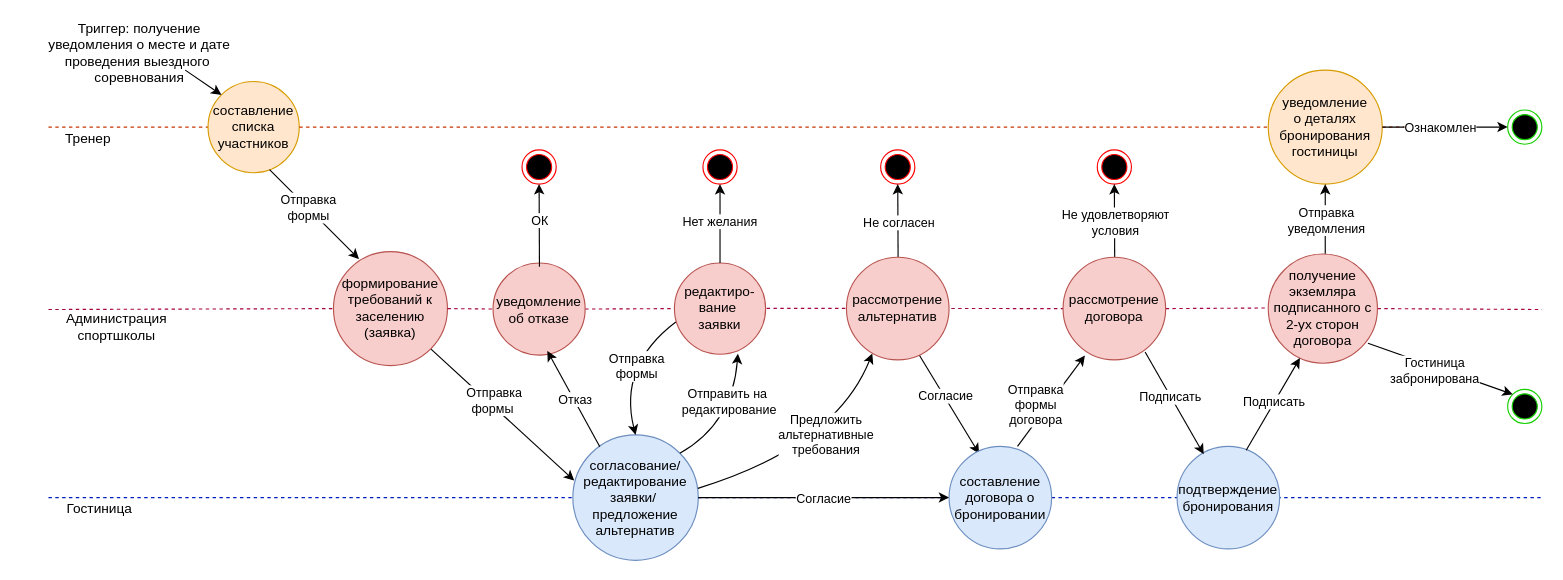
The draw.io diagram GraphForms.drawio in uliapluzh/Designing-web, before the edit. Source tidied: cells renumbered, new cells numbered last; positions are measured from the earlier drawing's top-left corner, leaving out a move shared by most shapes. Both pictures are drawn from the tidied source at 114%, with x=0, y=0 at pixel (19, 35).
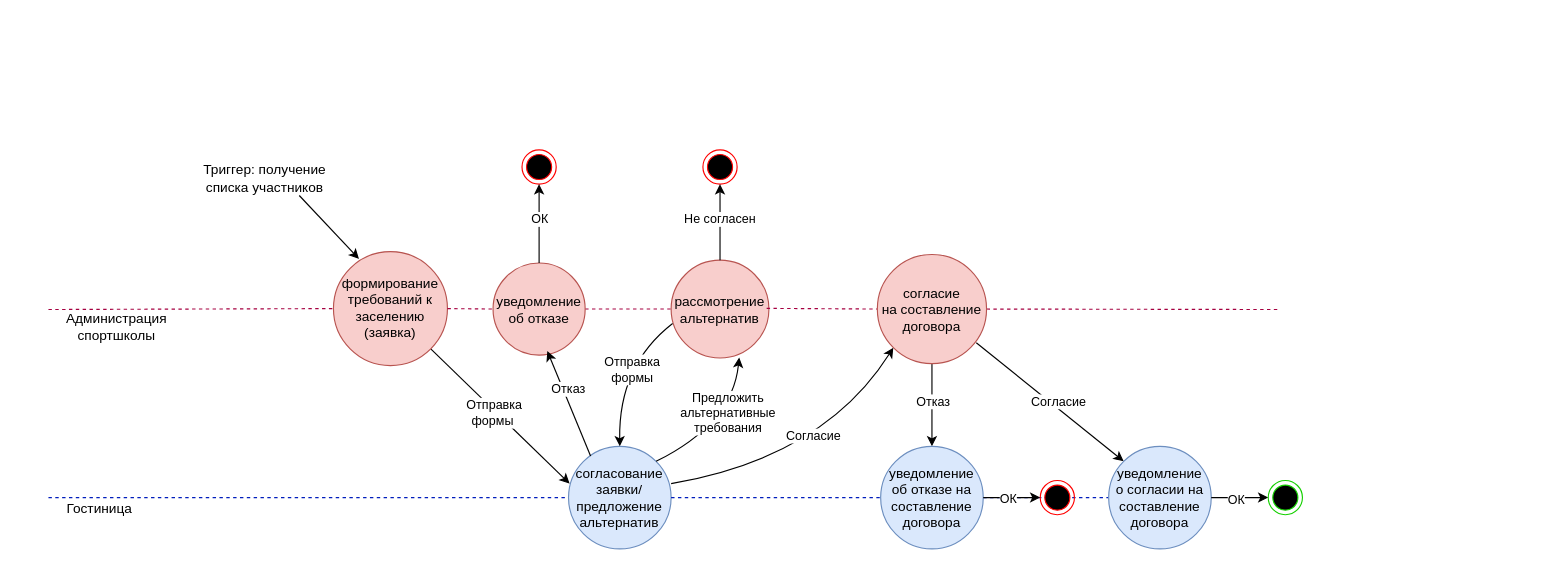
The same diagram, later.

Commit message:
Graph forms fixed

The change refers to these unchanged cells:
```xml
<mxCell id="14" style="endArrow=classic;html=1;rounded=0;exitX=1;exitY=1;exitDx=0;exitDy=0;entryX=0.011;entryY=0.364;entryDx=0;entryDy=0;entryPerimeter=0;" parent="1" edge="1" source="19" target="21">
  <mxGeometry relative="1" as="geometry" />
</mxCell>
<mxCell id="19" value="формирование&lt;div&gt;требований к&lt;/div&gt;&lt;div&gt;заселению (заявка)&lt;/div&gt;" style="ellipse;whiteSpace=wrap;html=1;fillColor=#f8cecc;strokeColor=#b85450;" parent="1" vertex="1">
  <mxGeometry x="275" y="189.2" width="100" height="100" as="geometry" />
</mxCell>
<mxCell id="22" style="endArrow=classic;html=1;rounded=0;entryX=0.696;entryY=0.995;entryDx=0;entryDy=0;exitX=1;exitY=0;exitDx=0;exitDy=0;curved=1;entryPerimeter=0;" parent="1" edge="1" source="21" target="17">
  <mxGeometry relative="1" as="geometry">
    <Array as="points">
      <mxPoint x="625" y="340" />
    </Array>
  </mxGeometry>
</mxCell>
<mxCell id="25" style="endArrow=classic;html=1;rounded=0;entryX=0.5;entryY=1;entryDx=0;entryDy=0;exitX=0.5;exitY=0;exitDx=0;exitDy=0;" parent="1" edge="1" source="17" target="24">
  <mxGeometry relative="1" as="geometry" />
</mxCell>
<mxCell id="30" value="уведомление&lt;div&gt;об отказе&lt;/div&gt;" style="ellipse;whiteSpace=wrap;html=1;fillColor=#f8cecc;strokeColor=#b85450;" parent="1" vertex="1">
  <mxGeometry x="415" y="199.2" width="80.8" height="80.8" as="geometry" />
</mxCell>
<mxCell id="31" style="endArrow=classic;html=1;rounded=0;exitX=0.215;exitY=0.095;exitDx=0;exitDy=0;entryX=0.589;entryY=0.955;entryDx=0;entryDy=0;entryPerimeter=0;exitPerimeter=0;" parent="1" edge="1" source="21" target="30">
  <mxGeometry relative="1" as="geometry" />
</mxCell>
<mxCell id="33" style="ellipse;html=1;shape=endState;fillColor=#000000;strokeColor=#ff0000;" parent="1" vertex="1">
  <mxGeometry x="440.4" y="100" width="30" height="30" as="geometry" />
</mxCell>
```

Change to the diagram source:
```diff
@@
-    <mxCell id="2" style="endArrow=none;dashed=1;html=1;rounded=0;fillColor=#fa6800;strokeColor=#C73500;" parent="1" edge="1" source="65">
-      <mxGeometry relative="1" as="geometry">
-        <mxPoint x="1235" y="79.7" as="targetPoint" />
-      </mxGeometry>
-    </mxCell>
-    <mxCell id="3" style="endArrow=none;dashed=1;html=1;rounded=0;fillColor=#d80073;strokeColor=#A50040;" parent="1" edge="1" source="55">
-      <mxGeometry relative="1" as="geometry">
-        <mxPoint x="1335" y="240" as="targetPoint" />
-      </mxGeometry>
-    </mxCell>
-    <mxCell id="4" style="endArrow=none;dashed=1;html=1;rounded=0;fillColor=#0050ef;strokeColor=#001DBC;" parent="1" edge="1" source="44">
-      <mxGeometry relative="1" as="geometry">
-        <mxPoint x="1335" y="405" as="targetPoint" />
-      </mxGeometry>
-    </mxCell>
-    <mxCell id="5" value="Тренер" style="text;html=1;align=center;verticalAlign=middle;whiteSpace=wrap;rounded=0;" parent="1" vertex="1">
-      <mxGeometry x="35" y="80" width="50" height="20" as="geometry" />
-    </mxCell>
@@
-    <mxCell id="8" style="endArrow=none;dashed=1;html=1;rounded=0;fillColor=#fa6800;strokeColor=#C73500;" parent="1" edge="1" target="9">
-      <mxGeometry relative="1" as="geometry">
-        <mxPoint x="25" y="80" as="sourcePoint" />
-      </mxGeometry>
-    </mxCell>
-    <mxCell id="9" value="составление списка участников" style="ellipse;whiteSpace=wrap;html=1;fillColor=#ffe6cc;strokeColor=#d79b00;" parent="1" vertex="1">
-      <mxGeometry x="165" y="40" width="80" height="80" as="geometry" />
-    </mxCell>
-    <mxCell id="10" style="endArrow=classic;html=1;rounded=0;entryX=0;entryY=0;entryDx=0;entryDy=0;" parent="1" edge="1" target="9">
-      <mxGeometry relative="1" as="geometry">
-        <mxPoint x="145" y="30" as="sourcePoint" />
-      </mxGeometry>
-    </mxCell>
-    <mxCell id="11" value="Триггер: получение&lt;div&gt;уведомления о месте и дате&lt;/div&gt;&lt;div&gt;проведения выездного&amp;nbsp;&lt;/div&gt;&lt;div&gt;соревнования&lt;/div&gt;" style="text;html=1;align=center;verticalAlign=middle;whiteSpace=wrap;rounded=0;" parent="1" vertex="1">
-      <mxGeometry width="210" height="30" as="geometry" />
+    <mxCell id="11" value="Триггер: получение&lt;div&gt;списка участников&lt;/div&gt;" style="text;html=1;align=center;verticalAlign=middle;whiteSpace=wrap;rounded=0;" parent="1" vertex="1">
+      <mxGeometry x="155" y="110" width="120" height="30" as="geometry" />
     </mxCell>
-    <mxCell id="12" style="endArrow=classic;html=1;rounded=0;entryX=0.224;entryY=0.065;entryDx=0;entryDy=0;entryPerimeter=0;exitX=0.674;exitY=0.966;exitDx=0;exitDy=0;exitPerimeter=0;" parent="1" edge="1" source="9" target="19">
-      <mxGeometry relative="1" as="geometry" />
+    <mxCell id="12" style="endArrow=classic;html=1;rounded=0;entryX=0.224;entryY=0.065;entryDx=0;entryDy=0;entryPerimeter=0;" parent="1" edge="1" target="19">
+      <mxGeometry relative="1" as="geometry">
+        <mxPoint x="245" y="140" as="sourcePoint" />
+      </mxGeometry>
     </mxCell>
-    <mxCell id="13" value="Отправка&lt;div&gt;формы&lt;/div&gt;" style="edgeLabel;html=1;align=center;verticalAlign=middle;" parent="12" vertex="1">
-      <mxGeometry x="-0.15" relative="1" as="geometry" />
-    </mxCell>
@@
     <mxCell id="15" value="Отправка&lt;div&gt;формы&amp;nbsp;&lt;/div&gt;" style="edgeLabel;html=1;align=center;verticalAlign=middle;" parent="14" vertex="1">
       <mxGeometry x="-0.11" relative="1" as="geometry">
-        <mxPoint x="-1" y="-6" as="offset" />
+        <mxPoint x="1" y="3" as="offset" />
       </mxGeometry>
     </mxCell>
@@
-    <mxCell id="17" value="редактиро-&lt;div&gt;вание&amp;nbsp;&lt;/div&gt;&lt;div&gt;заявки&lt;/div&gt;" style="ellipse;whiteSpace=wrap;html=1;fillColor=#f8cecc;strokeColor=#b85450;" parent="1" vertex="1">
-      <mxGeometry x="574.1" y="199.2" width="80" height="80" as="geometry" />
+    <mxCell id="17" value="рассмотрение&lt;div&gt;альтернатив&lt;/div&gt;" style="ellipse;whiteSpace=wrap;html=1;fillColor=#f8cecc;strokeColor=#b85450;" parent="1" vertex="1">
+      <mxGeometry x="571.2" y="196.7" width="85.8" height="85.8" as="geometry" />
     </mxCell>
@@
-    <mxCell id="21" value="согласование/редактирование&lt;div&gt;заявки/&amp;nbsp;&lt;/div&gt;&lt;div&gt;предложение&lt;/div&gt;&lt;div&gt;альтернатив&lt;/div&gt;" style="ellipse;whiteSpace=wrap;html=1;fillColor=#dae8fc;strokeColor=#6c8ebf;" parent="1" vertex="1">
-      <mxGeometry x="485" y="350" width="110" height="110" as="geometry" />
+    <mxCell id="21" value="согласование заявки/&lt;div&gt;предложение&lt;/div&gt;&lt;div&gt;альтернатив&lt;/div&gt;" style="ellipse;whiteSpace=wrap;html=1;fillColor=#dae8fc;strokeColor=#6c8ebf;" parent="1" vertex="1">
+      <mxGeometry x="481.2" y="360" width="90" height="90" as="geometry" />
     </mxCell>
@@
-    <mxCell id="23" value="Отправить на&amp;nbsp;&lt;div&gt;&lt;span style=&quot;background-color: light-dark(#ffffff, var(--ge-dark-color, #121212)); color: light-dark(rgb(0, 0, 0), rgb(255, 255, 255));&quot;&gt;редактирование&lt;/span&gt;&lt;/div&gt;" style="edgeLabel;html=1;align=center;verticalAlign=middle;" parent="22" vertex="1">
+    <mxCell id="23" value="Предложить&lt;div&gt;альтернативные&lt;/div&gt;&lt;div&gt;требования&lt;/div&gt;" style="edgeLabel;html=1;align=center;verticalAlign=middle;" parent="22" vertex="1">
       <mxGeometry x="0.11" y="1" relative="1" as="geometry">
         <mxPoint x="-3" y="-9" as="offset" />
       </mxGeometry>
     </mxCell>
@@
-    <mxCell id="26" value="Нет желания" style="edgeLabel;html=1;align=center;verticalAlign=middle;" parent="25" vertex="1">
+    <mxCell id="26" value="Не согласен" style="edgeLabel;html=1;align=center;verticalAlign=middle;" parent="25" vertex="1">
       <mxGeometry x="0.08" y="1" relative="1" as="geometry" />
     </mxCell>
@@
     <mxCell id="32" value="Отказ" style="edgeLabel;html=1;align=center;verticalAlign=middle;" parent="31" vertex="1">
-      <mxGeometry x="-0.02" y="-1" relative="1" as="geometry" />
+      <mxGeometry x="-0.02" y="-1" relative="1" as="geometry">
+        <mxPoint x="-2" y="-13" as="offset" />
+      </mxGeometry>
     </mxCell>
@@
-    <mxCell id="34" style="endArrow=classic;html=1;rounded=0;entryX=0.5;entryY=1;entryDx=0;entryDy=0;exitX=0.5;exitY=0;exitDx=0;exitDy=0;" parent="1" edge="1" target="33">
-      <mxGeometry relative="1" as="geometry">
-        <mxPoint x="455.7" y="202.5" as="sourcePoint" />
-      </mxGeometry>
+    <mxCell id="34" style="endArrow=classic;html=1;rounded=0;entryX=0.5;entryY=1;entryDx=0;entryDy=0;exitX=0.5;exitY=0;exitDx=0;exitDy=0;" parent="1" edge="1" source="30" target="33">
+      <mxGeometry relative="1" as="geometry" />
     </mxCell>
@@
-    <mxCell id="36" style="endArrow=classic;html=1;rounded=0;exitX=0.997;exitY=0.426;exitDx=0;exitDy=0;exitPerimeter=0;entryX=0.252;entryY=0.938;entryDx=0;entryDy=0;entryPerimeter=0;curved=1;" parent="1" edge="1" source="21" target="60">
-      <mxGeometry relative="1" as="geometry">
-        <Array as="points">
-          <mxPoint x="715" y="360" />
-        </Array>
-      </mxGeometry>
-    </mxCell>
-    <mxCell id="37" value="Предложить&lt;div&gt;альтернативные&lt;/div&gt;&lt;div&gt;требования&lt;/div&gt;" style="edgeLabel;html=1;align=center;verticalAlign=middle;" parent="36" vertex="1">
-      <mxGeometry x="-0.02" y="13" relative="1" as="geometry">
-        <mxPoint x="15" y="-4" as="offset" />
-      </mxGeometry>
-    </mxCell>
-    <mxCell id="38" style="ellipse;html=1;shape=endState;fillColor=#000000;strokeColor=#ff0000;" parent="1" vertex="1">
-      <mxGeometry x="755" y="100" width="30" height="30" as="geometry" />
-    </mxCell>
-    <mxCell id="39" style="endArrow=classic;html=1;rounded=0;entryX=0.5;entryY=1;entryDx=0;entryDy=0;exitX=0.5;exitY=0;exitDx=0;exitDy=0;" parent="1" edge="1" target="38">
-      <mxGeometry relative="1" as="geometry">
-        <mxPoint x="770.3" y="194.2" as="sourcePoint" />
-      </mxGeometry>
-    </mxCell>
-    <mxCell id="40" value="Не согласен" style="edgeLabel;html=1;align=center;verticalAlign=middle;" parent="39" vertex="1">
-      <mxGeometry x="-0.04" relative="1" as="geometry" />
-    </mxCell>
-    <mxCell id="41" style="endArrow=classic;html=1;rounded=0;exitX=0.702;exitY=0.94;exitDx=0;exitDy=0;exitPerimeter=0;entryX=0.293;entryY=0.072;entryDx=0;entryDy=0;entryPerimeter=0;" parent="1" edge="1" source="60" target="44">
-      <mxGeometry relative="1" as="geometry" />
-    </mxCell>
-    <mxCell id="42" value="Согласие" style="edgeLabel;html=1;align=center;verticalAlign=middle;" parent="41" vertex="1">
-      <mxGeometry x="-0.14" y="1" relative="1" as="geometry" />
-    </mxCell>
-    <mxCell id="43" style="endArrow=none;dashed=1;html=1;rounded=0;fillColor=#0050ef;strokeColor=#001DBC;" parent="1" edge="1" source="21" target="44">
-      <mxGeometry relative="1" as="geometry" />
-    </mxCell>
-    <mxCell id="44" value="составление&lt;div&gt;договора о&lt;/div&gt;&lt;div&gt;бронировании&lt;/div&gt;" style="ellipse;whiteSpace=wrap;html=1;fillColor=#dae8fc;strokeColor=#6c8ebf;" parent="1" vertex="1">
-      <mxGeometry x="815" y="360" width="90" height="90" as="geometry" />
-    </mxCell>
     <mxCell id="45" style="endArrow=none;dashed=1;html=1;rounded=0;fillColor=#d80073;strokeColor=#A50040;" parent="1" edge="1" source="59">
       <mxGeometry relative="1" as="geometry">
-        <mxPoint x="955.9" y="238.7" as="targetPoint" />
+        <mxPoint x="805.9" y="238.7" as="targetPoint" />
       </mxGeometry>
     </mxCell>
-    <mxCell id="46" style="endArrow=classic;html=1;rounded=0;exitX=0.667;exitY=0;exitDx=0;exitDy=0;exitPerimeter=0;entryX=0.213;entryY=0.958;entryDx=0;entryDy=0;entryPerimeter=0;" parent="1" edge="1" source="44" target="59">
-      <mxGeometry relative="1" as="geometry" />
+    <mxCell id="46" style="endArrow=classic;html=1;rounded=0;exitX=1;exitY=0.364;exitDx=0;exitDy=0;exitPerimeter=0;entryX=0;entryY=1;entryDx=0;entryDy=0;curved=1;" parent="1" edge="1" source="21" target="59">
+      <mxGeometry relative="1" as="geometry">
+        <Array as="points">
+          <mxPoint x="705" y="370" />
+        </Array>
+      </mxGeometry>
     </mxCell>
-    <mxCell id="47" value="Отправка&lt;div&gt;формы&lt;/div&gt;&lt;div&gt;договора&lt;/div&gt;" style="edgeLabel;html=1;align=center;verticalAlign=middle;" parent="46" vertex="1">
-      <mxGeometry x="-0.1" relative="1" as="geometry">
-        <mxPoint x="-11" as="offset" />
-      </mxGeometry>
-    </mxCell>
-    <mxCell id="48" style="ellipse;html=1;shape=endState;fillColor=#000000;strokeColor=#ff0000;" parent="1" vertex="1">
-      <mxGeometry x="945" y="100" width="30" height="30" as="geometry" />
-    </mxCell>
+    <mxCell id="73" value="Согласие" style="edgeLabel;html=1;align=center;verticalAlign=middle;" parent="46" vertex="1">
+      <mxGeometry x="0.11" y="17" relative="1" as="geometry">
+        <mxPoint x="3" y="-8" as="offset" />
+      </mxGeometry>
+    </mxCell>
-    <mxCell id="49" style="endArrow=classic;html=1;rounded=0;entryX=0.5;entryY=1;entryDx=0;entryDy=0;exitX=0.5;exitY=0;exitDx=0;exitDy=0;" parent="1" edge="1" target="48">
-      <mxGeometry relative="1" as="geometry">
-        <mxPoint x="960.3" y="194.2" as="sourcePoint" />
-      </mxGeometry>
+    <mxCell id="49" style="endArrow=classic;html=1;rounded=0;entryX=0.5;entryY=0;entryDx=0;entryDy=0;exitX=0.5;exitY=1;exitDx=0;exitDy=0;" parent="1" edge="1" source="59" target="81">
+      <mxGeometry relative="1" as="geometry" />
     </mxCell>
-    <mxCell id="50" value="Не удовлетворяют&lt;div&gt;условия&lt;/div&gt;" style="edgeLabel;html=1;align=center;verticalAlign=middle;" parent="49" vertex="1">
-      <mxGeometry x="-0.04" relative="1" as="geometry" />
+    <mxCell id="50" value="Отказ" style="edgeLabel;html=1;align=center;verticalAlign=middle;" parent="49" vertex="1">
+      <mxGeometry x="-0.04" relative="1" as="geometry">
+        <mxPoint y="-2" as="offset" />
+      </mxGeometry>
     </mxCell>
-    <mxCell id="51" value="подтверждение&lt;div&gt;бронирования&lt;/div&gt;" style="ellipse;whiteSpace=wrap;html=1;fillColor=#dae8fc;strokeColor=#6c8ebf;" parent="1" vertex="1">
-      <mxGeometry x="1015" y="360" width="90" height="90" as="geometry" />
-    </mxCell>
-    <mxCell id="52" style="endArrow=classic;html=1;rounded=0;exitX=0.8;exitY=0.923;exitDx=0;exitDy=0;exitPerimeter=0;entryX=0.26;entryY=0.077;entryDx=0;entryDy=0;entryPerimeter=0;" parent="1" edge="1" source="59" target="51">
-      <mxGeometry relative="1" as="geometry" />
-    </mxCell>
-    <mxCell id="53" value="Подписать" style="edgeLabel;html=1;align=center;verticalAlign=middle;" parent="52" vertex="1">
-      <mxGeometry x="-0.12" y="-1" relative="1" as="geometry" />
-    </mxCell>
-    <mxCell id="54" style="endArrow=none;dashed=1;html=1;rounded=0;fillColor=#d80073;strokeColor=#A50040;" parent="1" edge="1" source="59" target="55">
-      <mxGeometry relative="1" as="geometry" />
+    <mxCell id="54" style="endArrow=none;dashed=1;html=1;rounded=0;fillColor=#d80073;strokeColor=#A50040;" parent="1" edge="1" source="59">
+      <mxGeometry relative="1" as="geometry">
+        <mxPoint x="1105" y="240" as="targetPoint" />
+      </mxGeometry>
     </mxCell>
-    <mxCell id="55" value="получение&lt;div&gt;экземляра подписанного с 2-ух сторон договора&lt;/div&gt;" style="ellipse;whiteSpace=wrap;html=1;fillColor=#f8cecc;strokeColor=#b85450;" parent="1" vertex="1">
-      <mxGeometry x="1095" y="191.3" width="95.8" height="95.8" as="geometry" />
-    </mxCell>
-    <mxCell id="56" style="endArrow=classic;html=1;rounded=0;exitX=0.674;exitY=0.039;exitDx=0;exitDy=0;exitPerimeter=0;entryX=0.29;entryY=0.953;entryDx=0;entryDy=0;entryPerimeter=0;" parent="1" edge="1" source="51" target="55">
-      <mxGeometry relative="1" as="geometry" />
-    </mxCell>
-    <mxCell id="57" value="Подписать" style="edgeLabel;html=1;align=center;verticalAlign=middle;" parent="56" vertex="1">
-      <mxGeometry x="0.05" y="1" relative="1" as="geometry" />
-    </mxCell>
@@
-    <mxCell id="59" value="рассмотрение&lt;div&gt;договора&lt;/div&gt;" style="ellipse;whiteSpace=wrap;html=1;fillColor=#f8cecc;strokeColor=#b85450;" parent="1" vertex="1">
-      <mxGeometry x="915" y="194.2" width="90" height="90" as="geometry" />
+    <mxCell id="59" value="согласие&lt;div&gt;на составление&lt;/div&gt;&lt;div&gt;договора&lt;/div&gt;" style="ellipse;whiteSpace=wrap;html=1;fillColor=#f8cecc;strokeColor=#b85450;" parent="1" vertex="1">
+      <mxGeometry x="752.1" y="191.7" width="95.8" height="95.8" as="geometry" />
     </mxCell>
-    <mxCell id="60" value="рассмотрение&lt;div&gt;альтернатив&lt;/div&gt;" style="ellipse;whiteSpace=wrap;html=1;fillColor=#f8cecc;strokeColor=#b85450;" parent="1" vertex="1">
-      <mxGeometry x="725" y="194.2" width="90" height="90" as="geometry" />
-    </mxCell>
+    <mxCell id="74" style="endArrow=classic;html=1;rounded=0;entryX=0;entryY=0;entryDx=0;entryDy=0;exitX=0.906;exitY=0.808;exitDx=0;exitDy=0;exitPerimeter=0;" parent="1" edge="1" source="59" target="77">
+      <mxGeometry relative="1" as="geometry" />
+    </mxCell>
+    <mxCell id="75" value="Согласие" style="edgeLabel;html=1;align=center;verticalAlign=middle;" parent="74" vertex="1">
+      <mxGeometry x="-0.1" relative="1" as="geometry">
+        <mxPoint x="13" y="4" as="offset" />
+      </mxGeometry>
+    </mxCell>
+    <mxCell id="76" style="endArrow=none;dashed=1;html=1;rounded=0;fillColor=#0050ef;strokeColor=#001DBC;exitX=1;exitY=0.5;exitDx=0;exitDy=0;" parent="1" edge="1" source="81" target="77">
+      <mxGeometry relative="1" as="geometry">
+        <Array as="points">
+          <mxPoint x="915" y="405" />
+          <mxPoint x="925" y="405" />
+        </Array>
+      </mxGeometry>
+    </mxCell>
+    <mxCell id="77" value="уведомление&lt;div&gt;о согласии на&lt;/div&gt;&lt;div&gt;составление&lt;/div&gt;&lt;div&gt;договора&lt;/div&gt;" style="ellipse;whiteSpace=wrap;html=1;fillColor=#dae8fc;strokeColor=#6c8ebf;" parent="1" vertex="1">
+      <mxGeometry x="955" y="360" width="90" height="90" as="geometry" />
+    </mxCell>
+    <mxCell id="78" style="endArrow=classic;html=1;rounded=0;exitX=1;exitY=0.5;exitDx=0;exitDy=0;entryX=0;entryY=0.5;entryDx=0;entryDy=0;" parent="1" edge="1" source="77" target="61">
+      <mxGeometry relative="1" as="geometry" />
+    </mxCell>
+    <mxCell id="79" value="ОК" style="edgeLabel;html=1;align=center;verticalAlign=middle;" parent="78" vertex="1">
+      <mxGeometry x="-0.18" y="-1" relative="1" as="geometry" />
+    </mxCell>
+    <mxCell id="80" style="endArrow=none;dashed=1;html=1;rounded=0;fillColor=#0050ef;strokeColor=#001DBC;exitX=1;exitY=0.5;exitDx=0;exitDy=0;" parent="1" edge="1" source="21" target="81">
+      <mxGeometry relative="1" as="geometry" />
+    </mxCell>
+    <mxCell id="81" value="уведомление&lt;div&gt;об отказе на&lt;/div&gt;&lt;div&gt;составление&lt;/div&gt;&lt;div&gt;договора&lt;/div&gt;" style="ellipse;whiteSpace=wrap;html=1;fillColor=#dae8fc;strokeColor=#6c8ebf;" parent="1" vertex="1">
+      <mxGeometry x="755" y="360" width="90" height="90" as="geometry" />
+    </mxCell>
+    <mxCell id="82" style="endArrow=classic;html=1;rounded=0;exitX=1;exitY=0.5;exitDx=0;exitDy=0;entryX=0;entryY=0.5;entryDx=0;entryDy=0;" parent="1" edge="1" source="81" target="48">
+      <mxGeometry relative="1" as="geometry" />
+    </mxCell>
+    <mxCell id="83" value="ОК" style="edgeLabel;html=1;align=center;verticalAlign=middle;" parent="82" vertex="1">
+      <mxGeometry x="-0.17" relative="1" as="geometry" />
+    </mxCell>
+    <mxCell id="48" style="ellipse;html=1;shape=endState;fillColor=#000000;strokeColor=#ff0000;" parent="1" vertex="1">
+      <mxGeometry x="895" y="390" width="30" height="30" as="geometry" />
+    </mxCell>
     <mxCell id="61" style="ellipse;html=1;shape=endState;fillColor=#000000;strokeColor=light-dark(#15D000,#FF9090);" parent="1" vertex="1">
-      <mxGeometry x="1305" y="310" width="30" height="30" as="geometry" />
+      <mxGeometry x="1095" y="390" width="30" height="30" as="geometry" />
     </mxCell>
-    <mxCell id="62" style="endArrow=classic;html=1;rounded=0;exitX=0.913;exitY=0.817;exitDx=0;exitDy=0;entryX=0;entryY=0;entryDx=0;entryDy=0;exitPerimeter=0;" parent="1" edge="1" source="55" target="61">
-      <mxGeometry relative="1" as="geometry" />
-    </mxCell>
-    <mxCell id="63" value="Гостиница&lt;div&gt;забронирована&lt;/div&gt;" style="edgeLabel;html=1;align=center;verticalAlign=middle;" parent="62" vertex="1">
-      <mxGeometry x="-0.19" y="-1" relative="1" as="geometry">
-        <mxPoint x="7" y="5" as="offset" />
-      </mxGeometry>
-    </mxCell>
-    <mxCell id="64" style="endArrow=none;dashed=1;html=1;rounded=0;fillColor=#fa6800;strokeColor=#C73500;" parent="1" edge="1" source="9" target="65">
-      <mxGeometry relative="1" as="geometry" />
-    </mxCell>
-    <mxCell id="65" value="уведомление&lt;div&gt;о деталях бронирования&lt;/div&gt;&lt;div&gt;гостиницы&lt;/div&gt;" style="ellipse;whiteSpace=wrap;html=1;fillColor=#ffe6cc;strokeColor=#d79b00;" parent="1" vertex="1">
-      <mxGeometry x="1095" y="30" width="100" height="100" as="geometry" />
-    </mxCell>
-    <mxCell id="66" style="endArrow=classic;html=1;rounded=0;entryX=0.5;entryY=1;entryDx=0;entryDy=0;" parent="1" edge="1" target="65">
-      <mxGeometry relative="1" as="geometry">
-        <mxPoint x="1145" y="191" as="sourcePoint" />
-      </mxGeometry>
-    </mxCell>
-    <mxCell id="67" value="Отправка&lt;div&gt;уведомления&lt;/div&gt;" style="edgeLabel;html=1;align=center;verticalAlign=middle;" parent="66" vertex="1">
-      <mxGeometry x="-0.02" relative="1" as="geometry" />
-    </mxCell>
-    <mxCell id="68" style="ellipse;html=1;shape=endState;fillColor=#000000;strokeColor=light-dark(#15D000,#FF9090);" parent="1" vertex="1">
-      <mxGeometry x="1305" y="65" width="30" height="30" as="geometry" />
-    </mxCell>
-    <mxCell id="69" style="endArrow=classic;html=1;rounded=0;exitX=1;exitY=0.5;exitDx=0;exitDy=0;entryX=0;entryY=0.5;entryDx=0;entryDy=0;" parent="1" edge="1" source="65" target="68">
-      <mxGeometry relative="1" as="geometry" />
-    </mxCell>
-    <mxCell id="70" value="Ознакомлен" style="edgeLabel;html=1;align=center;verticalAlign=middle;" parent="69" vertex="1">
-      <mxGeometry x="-0.09" relative="1" as="geometry" />
-    </mxCell>
-    <mxCell id="71" style="endArrow=classic;html=1;rounded=0;exitX=1;exitY=0.5;exitDx=0;exitDy=0;" parent="1" edge="1" source="21">
-      <mxGeometry relative="1" as="geometry">
-        <mxPoint x="815" y="405" as="targetPoint" />
-      </mxGeometry>
-    </mxCell>
-    <mxCell id="72" value="Согласие" style="edgeLabel;html=1;align=center;verticalAlign=middle;" parent="71" vertex="1">
-      <mxGeometry x="-0.01" relative="1" as="geometry" />
-    </mxCell>
```
